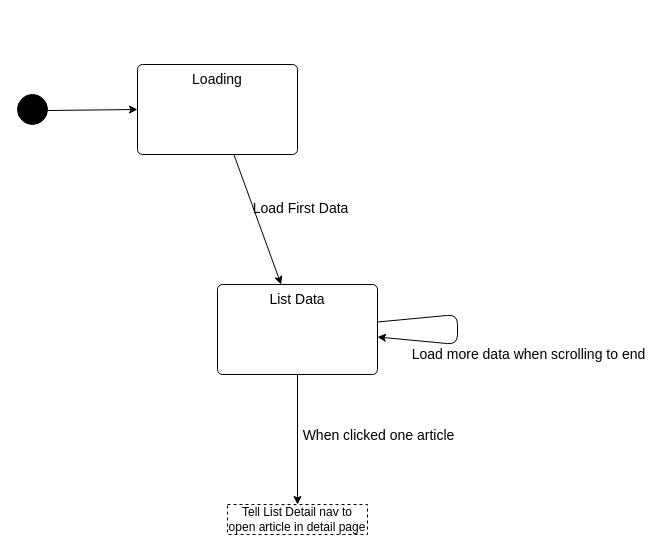
Earlier version of the draw.io diagram page "Article List" (10 of 11) of doc/Mock UI & Flow.drawio (CXwudi/realworld-compose-http4k-example-app). Source tidied: cells renumbered, new cells numbered last; positions are measured from the earlier drawing's top-left corner, leaving out a move shared by most shapes. Both pictures are drawn from the tidied source at 100%, with x=0, y=0 at pixel (17, 64).
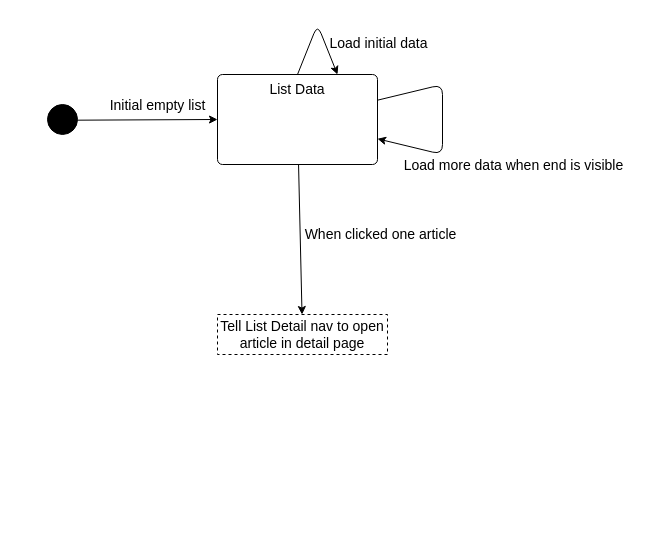
After the change.

Commit message (it also covers changes not shown here):
add article detail flow chart

The edit, as a diff of the source:
```diff
@@
 <mxGraphModel>
   <root>
     <mxCell id="0" />
     <mxCell id="1" parent="0" />
-    <mxCell id="2" style="edgeStyle=none;html=1;" parent="1" edge="1" source="3" target="6">
+    <mxCell id="2" style="edgeStyle=none;html=1;" parent="1" edge="1" source="3" target="11">
       <mxGeometry relative="1" as="geometry" />
     </mxCell>
+    <mxCell id="13" value="&lt;font style=&quot;font-size: 14px;&quot;&gt;Initial empty list&lt;/font&gt;" style="edgeLabel;html=1;align=center;verticalAlign=middle;" parent="2" vertex="1">
+      <mxGeometry x="-0.07" y="2" relative="1" as="geometry">
+        <mxPoint x="15" y="-13" as="offset" />
+      </mxGeometry>
+    </mxCell>
     <mxCell id="3" style="ellipse;fillColor=strokeColor;html=1;" parent="1" vertex="1">
-      <mxGeometry y="30" width="30" height="30" as="geometry" />
+      <mxGeometry x="30" y="40" width="30" height="30" as="geometry" />
     </mxCell>
-    <mxCell id="4" style="edgeStyle=none;html=1;" parent="1" edge="1" source="6" target="11">
-      <mxGeometry relative="1" as="geometry" />
-    </mxCell>
-    <mxCell id="5" value="&lt;p&gt;&lt;font style=&quot;font-size: 14px;&quot;&gt;Load First Data&lt;/font&gt;&lt;/p&gt;" style="edgeLabel;html=1;align=center;verticalAlign=middle;labelBackgroundColor=none;" parent="4" vertex="1">
-      <mxGeometry x="-0.34" y="-1" relative="1" as="geometry">
-        <mxPoint x="51" y="10" as="offset" />
-      </mxGeometry>
-    </mxCell>
-    <mxCell id="6" value="Loading" style="html=1;align=center;verticalAlign=top;rounded=1;absoluteArcSize=1;arcSize=10;dashed=0;whiteSpace=wrap;fontSize=14;" parent="1" vertex="1">
-      <mxGeometry x="120" width="160" height="90" as="geometry" />
-    </mxCell>
-    <mxCell id="7" style="edgeStyle=none;html=1;" parent="1" edge="1" source="11" target="11">
+    <mxCell id="7" style="edgeStyle=none;html=1;elbow=vertical;" parent="1" edge="1" source="11" target="11">
       <mxGeometry relative="1" as="geometry">
         <Array as="points">
-          <mxPoint x="440" y="280" />
+          <mxPoint x="425" y="90" />
         </Array>
       </mxGeometry>
     </mxCell>
-    <mxCell id="8" value="&lt;font style=&quot;font-size: 14px;&quot;&gt;Load more data when scrolling to end&lt;/font&gt;" style="edgeLabel;html=1;align=center;verticalAlign=middle;" parent="7" vertex="1">
+    <mxCell id="8" value="&lt;font style=&quot;font-size: 14px;&quot;&gt;Load more data when end is visible&lt;/font&gt;" style="edgeLabel;html=1;align=center;verticalAlign=middle;" parent="7" vertex="1">
       <mxGeometry x="-0.12" y="-2" relative="1" as="geometry">
-        <mxPoint x="72" y="36" as="offset" />
+        <mxPoint x="72" y="57" as="offset" />
       </mxGeometry>
     </mxCell>
     <mxCell id="9" style="edgeStyle=none;html=1;" parent="1" edge="1" source="11" target="12">
       <mxGeometry relative="1" as="geometry" />
     </mxCell>
     <mxCell id="10" value="&lt;font style=&quot;font-size: 14px;&quot;&gt;When clicked one article&lt;/font&gt;" style="edgeLabel;html=1;align=center;verticalAlign=middle;" parent="9" vertex="1">
       <mxGeometry x="-0.07" y="1" relative="1" as="geometry">
         <mxPoint x="79" as="offset" />
       </mxGeometry>
     </mxCell>
     <mxCell id="11" value="List Data" style="html=1;align=center;verticalAlign=top;rounded=1;absoluteArcSize=1;arcSize=10;dashed=0;whiteSpace=wrap;fontSize=14;" parent="1" vertex="1">
-      <mxGeometry x="200" y="220" width="160" height="90" as="geometry" />
+      <mxGeometry x="200" y="10" width="160" height="90" as="geometry" />
     </mxCell>
-    <mxCell id="12" value="Tell List Detail nav to open article in detail page" style="fontStyle=0;dashed=1;html=1;whiteSpace=wrap;" parent="1" vertex="1">
-      <mxGeometry x="210" y="440" width="140" height="30" as="geometry" />
+    <mxCell id="12" value="Tell List Detail nav to open article in detail page" style="fontStyle=0;dashed=1;html=1;whiteSpace=wrap;fontSize=14;" parent="1" vertex="1">
+      <mxGeometry x="200" y="250" width="170" height="40" as="geometry" />
     </mxCell>
+    <mxCell id="14" style="edgeStyle=none;html=1;exitX=0.5;exitY=0;exitDx=0;exitDy=0;entryX=0.75;entryY=0;entryDx=0;entryDy=0;" parent="1" edge="1" source="11" target="11">
+      <mxGeometry relative="1" as="geometry">
+        <Array as="points">
+          <mxPoint x="300" y="-40" />
+        </Array>
+      </mxGeometry>
+    </mxCell>
+    <mxCell id="15" value="&lt;font style=&quot;font-size: 14px;&quot;&gt;Load initial data&lt;/font&gt;" style="edgeLabel;html=1;align=center;verticalAlign=middle;" parent="14" vertex="1">
+      <mxGeometry x="0.36" y="-1" relative="1" as="geometry">
+        <mxPoint x="54" as="offset" />
+      </mxGeometry>
+    </mxCell>
   </root>
 </mxGraphModel>
```
